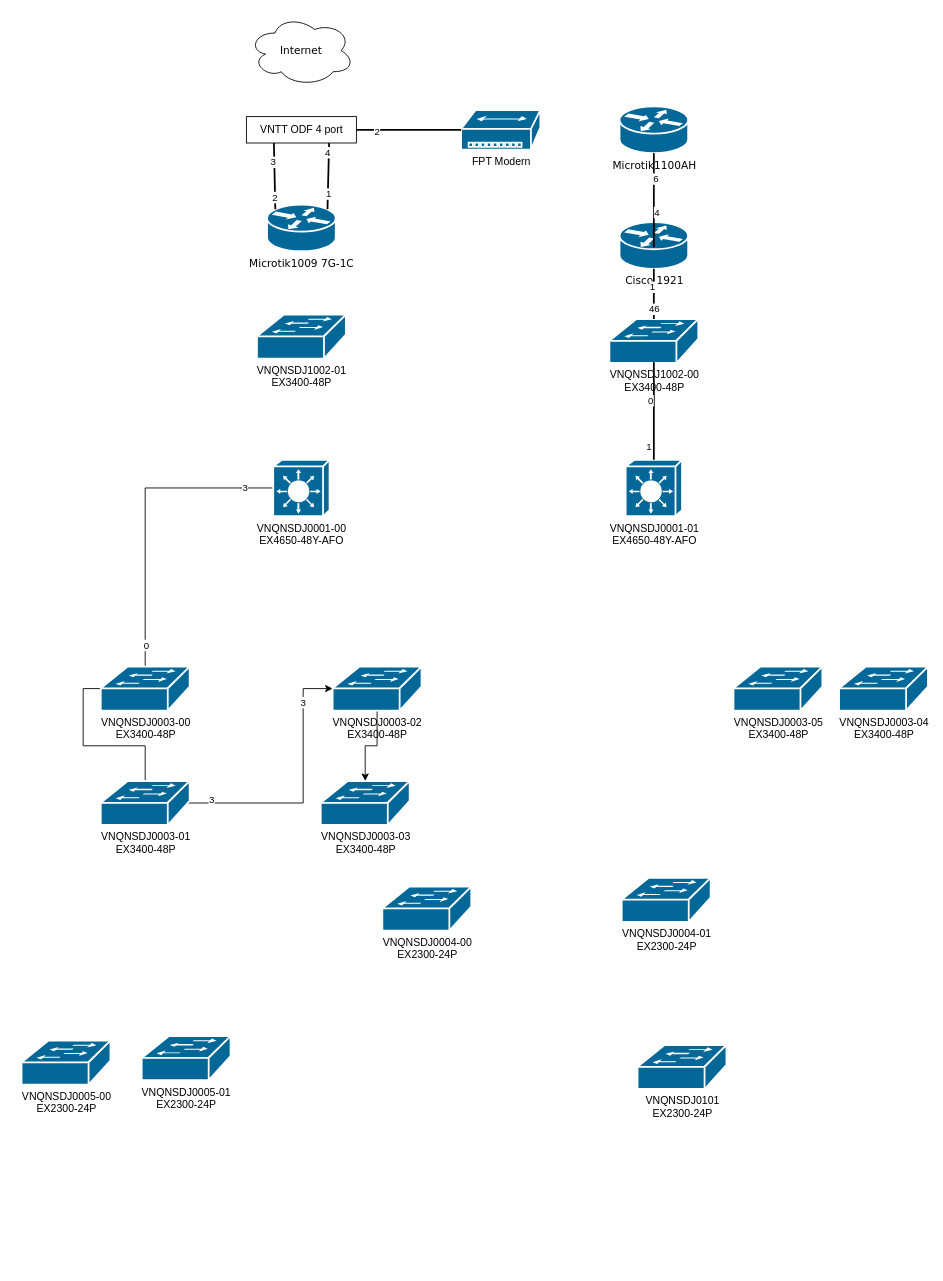
zalai/demo keeps this draw.io diagram as page "Summary" (3 of 3) of Untitled Diagram.drawio. Above is the earlier version. Source tidied: cells renumbered, new cells numbered last; positions are measured from the earlier drawing's top-left corner, leaving out a move shared by most shapes. Both pictures are drawn from the tidied source at 88%, with x=0, y=0 at pixel (21, 15).
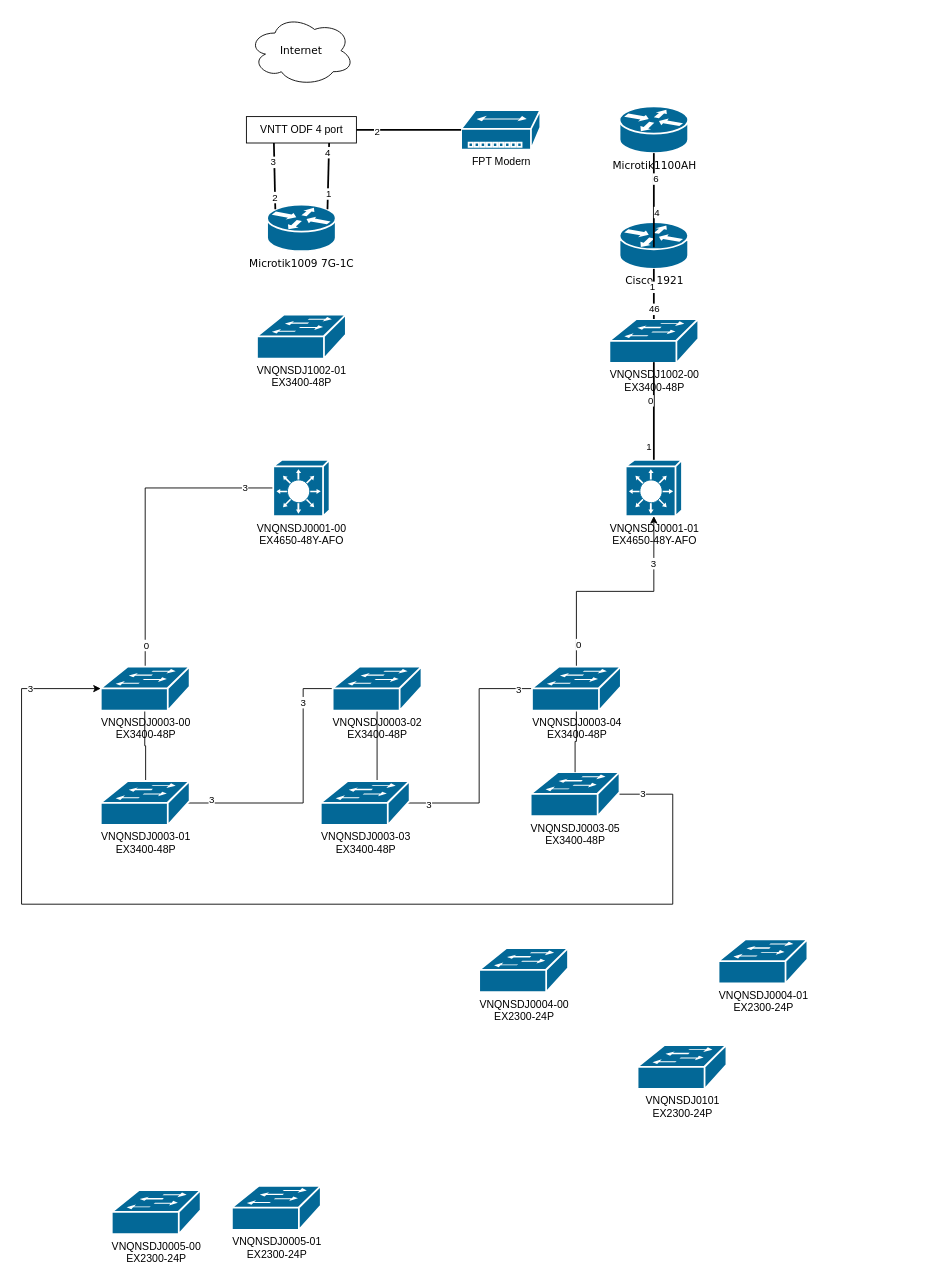
After the change.

Unchanged cells that the change refers to:
```xml
<mxCell id="15" value="VNQNSDJ0001-01&lt;br&gt;EX4650-48Y-AFO" style="shape=mxgraph.cisco.switches.layer_3_switch;sketch=0;html=1;dashed=0;fillColor=#036897;strokeColor=#ffffff;strokeWidth=2;verticalLabelPosition=bottom;verticalAlign=top;align=center;outlineConnect=0;" parent="1" vertex="1">
  <mxGeometry x="686.5" y="505" width="64" height="64" as="geometry" />
</mxCell>
<mxCell id="33" value="VNQNSDJ0003-00&lt;br&gt;EX3400-48P" style="shape=mxgraph.cisco.switches.workgroup_switch;sketch=0;html=1;dashed=0;fillColor=#036897;strokeColor=#ffffff;strokeWidth=2;verticalLabelPosition=bottom;verticalAlign=top;align=center;outlineConnect=0;" parent="1" vertex="1">
  <mxGeometry x="90" y="740" width="101" height="50" as="geometry" />
</mxCell>
<mxCell id="37" value="VNQNSDJ0003-01&lt;br&gt;EX3400-48P" style="shape=mxgraph.cisco.switches.workgroup_switch;sketch=0;html=1;dashed=0;fillColor=#036897;strokeColor=#ffffff;strokeWidth=2;verticalLabelPosition=bottom;verticalAlign=top;align=center;outlineConnect=0;" parent="1" vertex="1">
  <mxGeometry x="90" y="870" width="101" height="50" as="geometry" />
</mxCell>
<mxCell id="39" value="VNQNSDJ0003-02&lt;br&gt;EX3400-48P" style="shape=mxgraph.cisco.switches.workgroup_switch;sketch=0;html=1;dashed=0;fillColor=#036897;strokeColor=#ffffff;strokeWidth=2;verticalLabelPosition=bottom;verticalAlign=top;align=center;outlineConnect=0;" parent="1" vertex="1">
  <mxGeometry x="353.5" y="740" width="101" height="50" as="geometry" />
</mxCell>
<mxCell id="40" value="VNQNSDJ0003-03&lt;br&gt;EX3400-48P" style="shape=mxgraph.cisco.switches.workgroup_switch;sketch=0;html=1;dashed=0;fillColor=#036897;strokeColor=#ffffff;strokeWidth=2;verticalLabelPosition=bottom;verticalAlign=top;align=center;outlineConnect=0;" parent="1" vertex="1">
  <mxGeometry x="340" y="870" width="101" height="50" as="geometry" />
</mxCell>
```

What changed in the source:
```diff
@@
     <mxCell id="32" style="edgeStyle=orthogonalEdgeStyle;rounded=0;jettySize=auto;html=1;exitX=0;exitY=0.5;exitDx=0;exitDy=0;exitPerimeter=0;endArrow=none;endFill=0;" parent="1" edge="1" source="33" target="37">
-      <mxGeometry relative="1" as="geometry" />
+      <mxGeometry relative="1" as="geometry">
+        <Array as="points">
+          <mxPoint x="140" y="765" />
+          <mxPoint x="140" y="830" />
+          <mxPoint x="141" y="830" />
+        </Array>
+      </mxGeometry>
     </mxCell>
@@
-    <mxCell id="34" style="edgeStyle=orthogonalEdgeStyle;rounded=0;jettySize=auto;html=1;exitX=0.98;exitY=0.5;exitDx=0;exitDy=0;exitPerimeter=0;" parent="1" edge="1" source="37" target="39">
+    <mxCell id="34" style="edgeStyle=orthogonalEdgeStyle;rounded=0;jettySize=auto;html=1;exitX=0.98;exitY=0.5;exitDx=0;exitDy=0;exitPerimeter=0;endArrow=none;endFill=0;" parent="1" edge="1" source="37" target="39">
       <mxGeometry relative="1" as="geometry">
         <Array as="points">
           <mxPoint x="320" y="895" />
           <mxPoint x="320" y="765" />
         </Array>
       </mxGeometry>
     </mxCell>
@@
-    <mxCell id="38" style="edgeStyle=orthogonalEdgeStyle;rounded=0;jettySize=auto;html=1;exitX=0.5;exitY=0.98;exitDx=0;exitDy=0;exitPerimeter=0;" parent="1" edge="1" source="39" target="40">
-      <mxGeometry relative="1" as="geometry" />
+    <mxCell id="38" style="edgeStyle=orthogonalEdgeStyle;rounded=0;jettySize=auto;html=1;endArrow=none;endFill=0;" parent="1" edge="1" source="39" target="40">
+      <mxGeometry relative="1" as="geometry">
+        <Array as="points">
+          <mxPoint x="404" y="820" />
+          <mxPoint x="404" y="820" />
+        </Array>
+      </mxGeometry>
     </mxCell>
@@
+    <mxCell id="48" style="edgeStyle=orthogonalEdgeStyle;rounded=0;jettySize=auto;html=1;exitX=0.98;exitY=0.5;exitDx=0;exitDy=0;exitPerimeter=0;entryX=0;entryY=0.5;entryDx=0;entryDy=0;entryPerimeter=0;endArrow=none;endFill=0;" parent="1" edge="1" source="40" target="42">
+      <mxGeometry relative="1" as="geometry">
+        <Array as="points">
+          <mxPoint x="520" y="895" />
+          <mxPoint x="520" y="765" />
+        </Array>
+      </mxGeometry>
+    </mxCell>
+    <mxCell id="49" value="3" style="edgeLabel;html=1;align=center;verticalAlign=middle;" parent="48" vertex="1">
+      <mxGeometry x="-0.82" y="-1" relative="1" as="geometry" />
+    </mxCell>
+    <mxCell id="50" value="3" style="edgeLabel;html=1;align=center;verticalAlign=middle;" parent="48" vertex="1">
+      <mxGeometry x="0.89" relative="1" as="geometry" />
+    </mxCell>
@@
-    <mxCell id="41" value="VNQNSDJ0003-04&lt;br&gt;EX3400-48P" style="shape=mxgraph.cisco.switches.workgroup_switch;sketch=0;html=1;dashed=0;fillColor=#036897;strokeColor=#ffffff;strokeWidth=2;verticalLabelPosition=bottom;verticalAlign=top;align=center;outlineConnect=0;" parent="1" vertex="1">
-      <mxGeometry x="929" y="740" width="101" height="50" as="geometry" />
+    <mxCell id="41" value="VNQNSDJ0003-05&lt;br&gt;EX3400-48P" style="shape=mxgraph.cisco.switches.workgroup_switch;sketch=0;html=1;dashed=0;fillColor=#036897;strokeColor=#ffffff;strokeWidth=2;verticalLabelPosition=bottom;verticalAlign=top;align=center;outlineConnect=0;" parent="1" vertex="1">
+      <mxGeometry x="578.5" y="860" width="101" height="50" as="geometry" />
     </mxCell>
+    <mxCell id="51" style="edgeStyle=orthogonalEdgeStyle;rounded=0;jettySize=auto;html=1;exitX=0.5;exitY=0.98;exitDx=0;exitDy=0;exitPerimeter=0;entryX=0.5;entryY=0;entryDx=0;entryDy=0;entryPerimeter=0;endArrow=none;endFill=0;" parent="1" edge="1" source="42" target="41">
+      <mxGeometry relative="1" as="geometry">
+        <Array as="points">
+          <mxPoint x="631" y="825" />
+        </Array>
+      </mxGeometry>
+    </mxCell>
+    <mxCell id="52" style="edgeStyle=orthogonalEdgeStyle;rounded=0;jettySize=auto;html=1;" parent="1" edge="1" source="41" target="33">
+      <mxGeometry relative="1" as="geometry">
+        <Array as="points">
+          <mxPoint x="740" y="885" />
+          <mxPoint x="740" y="1010" />
+          <mxPoint y="1010" />
+          <mxPoint y="765" />
+        </Array>
+      </mxGeometry>
+    </mxCell>
+    <mxCell id="53" value="3" style="edgeLabel;html=1;align=center;verticalAlign=middle;" parent="52" vertex="1">
+      <mxGeometry x="-0.96" y="1" relative="1" as="geometry">
+        <mxPoint x="1" as="offset" />
+      </mxGeometry>
+    </mxCell>
+    <mxCell id="54" value="3" style="edgeLabel;html=1;align=center;verticalAlign=middle;" parent="52" vertex="1">
+      <mxGeometry x="0.87" y="1" relative="1" as="geometry">
+        <mxPoint x="1" as="offset" />
+      </mxGeometry>
+    </mxCell>
+    <mxCell id="55" style="edgeStyle=orthogonalEdgeStyle;rounded=0;jettySize=auto;html=1;exitX=0.5;exitY=0;exitDx=0;exitDy=0;exitPerimeter=0;" parent="1" edge="1" source="42" target="15">
+      <mxGeometry relative="1" as="geometry" />
+    </mxCell>
+    <mxCell id="56" value="0" style="edgeLabel;html=1;align=center;verticalAlign=middle;" parent="55" vertex="1">
+      <mxGeometry x="-0.8" y="-1" relative="1" as="geometry">
+        <mxPoint x="1" as="offset" />
+      </mxGeometry>
+    </mxCell>
+    <mxCell id="57" value="3" style="edgeLabel;html=1;align=center;verticalAlign=middle;" parent="55" vertex="1">
+      <mxGeometry x="0.59" y="2" relative="1" as="geometry">
+        <mxPoint x="1" as="offset" />
+      </mxGeometry>
+    </mxCell>
-    <mxCell id="42" value="VNQNSDJ0003-05&lt;br&gt;EX3400-48P" style="shape=mxgraph.cisco.switches.workgroup_switch;sketch=0;html=1;dashed=0;fillColor=#036897;strokeColor=#ffffff;strokeWidth=2;verticalLabelPosition=bottom;verticalAlign=top;align=center;outlineConnect=0;" parent="1" vertex="1">
-      <mxGeometry x="809" y="740" width="101" height="50" as="geometry" />
+    <mxCell id="42" value="VNQNSDJ0003-04&lt;br&gt;EX3400-48P" style="shape=mxgraph.cisco.switches.workgroup_switch;sketch=0;html=1;dashed=0;fillColor=#036897;strokeColor=#ffffff;strokeWidth=2;verticalLabelPosition=bottom;verticalAlign=top;align=center;outlineConnect=0;" parent="1" vertex="1">
+      <mxGeometry x="580" y="740" width="101" height="50" as="geometry" />
     </mxCell>
     <mxCell id="43" value="VNQNSDJ0004-00&lt;br&gt;EX2300-24P" style="shape=mxgraph.cisco.switches.workgroup_switch;sketch=0;html=1;dashed=0;fillColor=#036897;strokeColor=#ffffff;strokeWidth=2;verticalLabelPosition=bottom;verticalAlign=top;align=center;" parent="1" vertex="1">
-      <mxGeometry x="410" y="990" width="101" height="50" as="geometry" />
+      <mxGeometry x="520" y="1060" width="101" height="50" as="geometry" />
     </mxCell>
     <mxCell id="44" value="VNQNSDJ0004-01&lt;br&gt;EX2300-24P" style="shape=mxgraph.cisco.switches.workgroup_switch;sketch=0;html=1;dashed=0;fillColor=#036897;strokeColor=#ffffff;strokeWidth=2;verticalLabelPosition=bottom;verticalAlign=top;align=center;" parent="1" vertex="1">
-      <mxGeometry x="682" y="980" width="101" height="50" as="geometry" />
+      <mxGeometry x="792" y="1050" width="101" height="50" as="geometry" />
     </mxCell>
     <mxCell id="45" value="VNQNSDJ0005-00&lt;br&gt;EX2300-24P" style="shape=mxgraph.cisco.switches.workgroup_switch;sketch=0;html=1;dashed=0;fillColor=#036897;strokeColor=#ffffff;strokeWidth=2;verticalLabelPosition=bottom;verticalAlign=top;align=center;" parent="1" vertex="1">
-      <mxGeometry y="1165" width="101" height="50" as="geometry" />
+      <mxGeometry x="102.5" y="1335" width="101" height="50" as="geometry" />
     </mxCell>
     <mxCell id="46" value="VNQNSDJ0005-01&lt;br&gt;EX2300-24P" style="shape=mxgraph.cisco.switches.workgroup_switch;sketch=0;html=1;dashed=0;fillColor=#036897;strokeColor=#ffffff;strokeWidth=2;verticalLabelPosition=bottom;verticalAlign=top;align=center;" parent="1" vertex="1">
-      <mxGeometry x="136.5" y="1160" width="101" height="50" as="geometry" />
+      <mxGeometry x="239" y="1330" width="101" height="50" as="geometry" />
     </mxCell>
```
